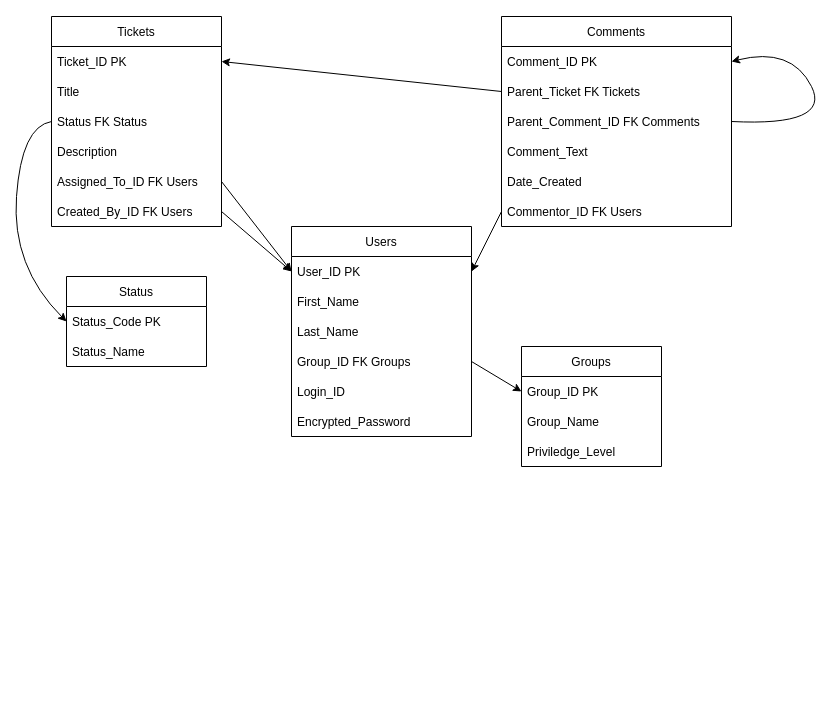
Jrfarl/SeniorProjDiagram keeps this draw.io diagram as Untitled Diagram.drawio. Above is the earlier version. Source tidied: cells renumbered, new cells numbered last; positions are measured from the earlier drawing's top-left corner, leaving out a move shared by most shapes. Both pictures are drawn from the tidied source at 100%, with x=0, y=0 at pixel (11, 16).
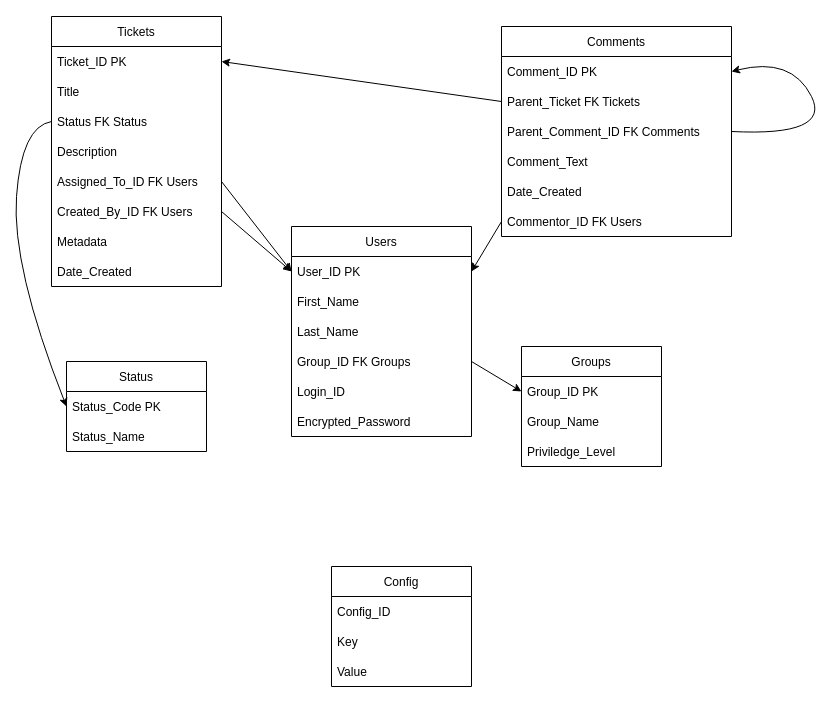
The same diagram, later.

Change to the diagram source:
```diff
@@
     <mxCell id="2" value="Tickets" style="swimlane;fontStyle=0;horizontal=1;startSize=30;" parent="1" vertex="1">
-      <mxGeometry x="40" width="170" height="210" as="geometry" />
+      <mxGeometry x="40" width="170" height="270" as="geometry" />
     </mxCell>
@@
+    <mxCell id="37" value="Metadata" style="text;strokeColor=none;fillColor=none;align=left;verticalAlign=middle;spacingLeft=4;spacingRight=4;overflow=hidden;" parent="2" vertex="1">
+      <mxGeometry y="210" width="170" height="30" as="geometry" />
+    </mxCell>
+    <mxCell id="38" value="Date_Created" style="text;strokeColor=none;fillColor=none;align=left;verticalAlign=middle;spacingLeft=4;spacingRight=4;overflow=hidden;" parent="2" vertex="1">
+      <mxGeometry y="240" width="170" height="30" as="geometry" />
+    </mxCell>
     <mxCell id="9" value="Comments" style="swimlane;fontStyle=0;horizontal=1;startSize=30;" parent="1" vertex="1">
-      <mxGeometry x="490" width="230" height="210" as="geometry" />
+      <mxGeometry x="490" y="10" width="230" height="210" as="geometry" />
     </mxCell>
@@
     <mxCell id="33" value="Status" style="swimlane;fontStyle=0;horizontal=1;startSize=30;" parent="1" vertex="1">
-      <mxGeometry x="55" y="260" width="140" height="90" as="geometry" />
+      <mxGeometry x="55" y="345" width="140" height="90" as="geometry" />
     </mxCell>
@@
+    <mxCell id="39" value="Config" style="swimlane;fontStyle=0;horizontal=1;startSize=30;" parent="1" vertex="1">
+      <mxGeometry x="320" y="550" width="140" height="120" as="geometry" />
+    </mxCell>
+    <mxCell id="40" value="Config_ID" style="text;strokeColor=none;fillColor=none;align=left;verticalAlign=middle;spacingLeft=4;spacingRight=4;overflow=hidden;" parent="39" vertex="1">
+      <mxGeometry y="30" width="140" height="30" as="geometry" />
+    </mxCell>
+    <mxCell id="41" value="Key" style="text;strokeColor=none;fillColor=none;align=left;verticalAlign=middle;spacingLeft=4;spacingRight=4;overflow=hidden;" parent="39" vertex="1">
+      <mxGeometry y="60" width="140" height="30" as="geometry" />
+    </mxCell>
+    <mxCell id="42" value="Value" style="text;strokeColor=none;fillColor=none;align=left;verticalAlign=middle;spacingLeft=4;spacingRight=4;overflow=hidden;" parent="39" vertex="1">
+      <mxGeometry y="90" width="140" height="30" as="geometry" />
+    </mxCell>
```
